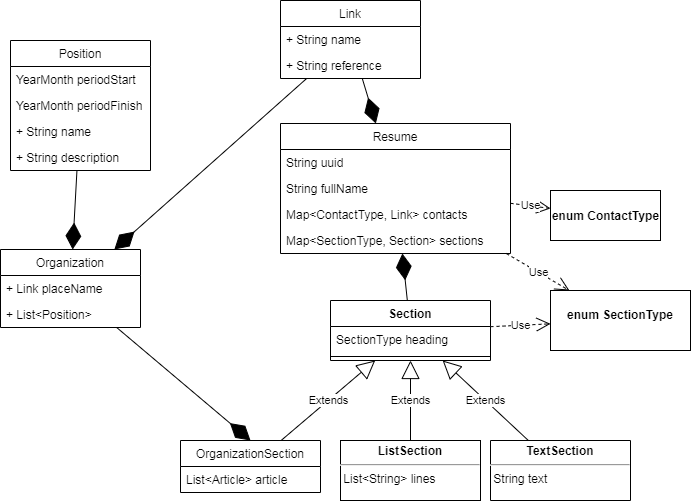
ticherti/basejava keeps this draw.io diagram as basejava.png. Above is the earlier version. Source tidied: cells renumbered, new cells last; positions are measured from the earlier drawing's top-left corner, leaving out a move shared by most shapes.
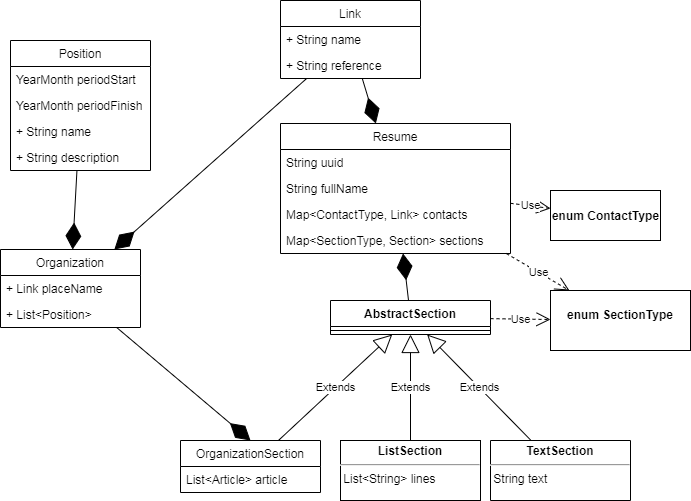
Above is the later version.

Diff of the diagram source:
```diff
@@ -17,14 +17,11 @@
     <mxCell id="6" value="Map&lt;SectionType, Section&gt; sections" style="text;strokeColor=none;fillColor=none;align=left;verticalAlign=top;spacingLeft=4;spacingRight=4;overflow=hidden;" parent="2" vertex="1">
       <mxGeometry y="104" width="230" height="26" as="geometry" />
     </mxCell>
-    <mxCell id="7" value="Section" style="swimlane;fontStyle=1;align=center;verticalAlign=top;horizontal=1;startSize=26;" parent="1" vertex="1">
-      <mxGeometry x="330" y="300" width="160" height="60" as="geometry" />
+    <mxCell id="7" value="AbstractSection" style="swimlane;fontStyle=1;align=center;verticalAlign=top;horizontal=1;startSize=26;" parent="1" vertex="1">
+      <mxGeometry x="330" y="300" width="160" height="34" as="geometry" />
     </mxCell>
-    <mxCell id="8" value="SectionType heading" style="text;strokeColor=none;fillColor=none;align=left;verticalAlign=top;spacingLeft=4;spacingRight=4;overflow=hidden;" parent="7" vertex="1">
-      <mxGeometry y="26" width="160" height="26" as="geometry" />
-    </mxCell>
     <mxCell id="9" style="line;strokeWidth=1;fillColor=none;align=left;verticalAlign=middle;spacingTop=-1;spacingLeft=3;spacingRight=3;labelPosition=right;" parent="7" vertex="1">
-      <mxGeometry y="52" width="160" height="8" as="geometry" />
+      <mxGeometry y="26" width="160" height="8" as="geometry" />
     </mxCell>
     <mxCell id="10" value="&lt;p style=&quot;margin: 0px ; margin-top: 4px ; text-align: center&quot;&gt;&lt;b&gt;ListSection&lt;/b&gt;&lt;/p&gt;&lt;hr&gt;&lt;span style=&quot;white-space: pre&quot;&gt; &lt;/span&gt;List&amp;lt;String&amp;gt; lines" style="verticalAlign=top;align=left;overflow=fill;fontSize=12;fontFamily=Helvetica;html=1;" parent="1" vertex="1">
       <mxGeometry x="340" y="440" width="140" height="60" as="geometry" />
```
